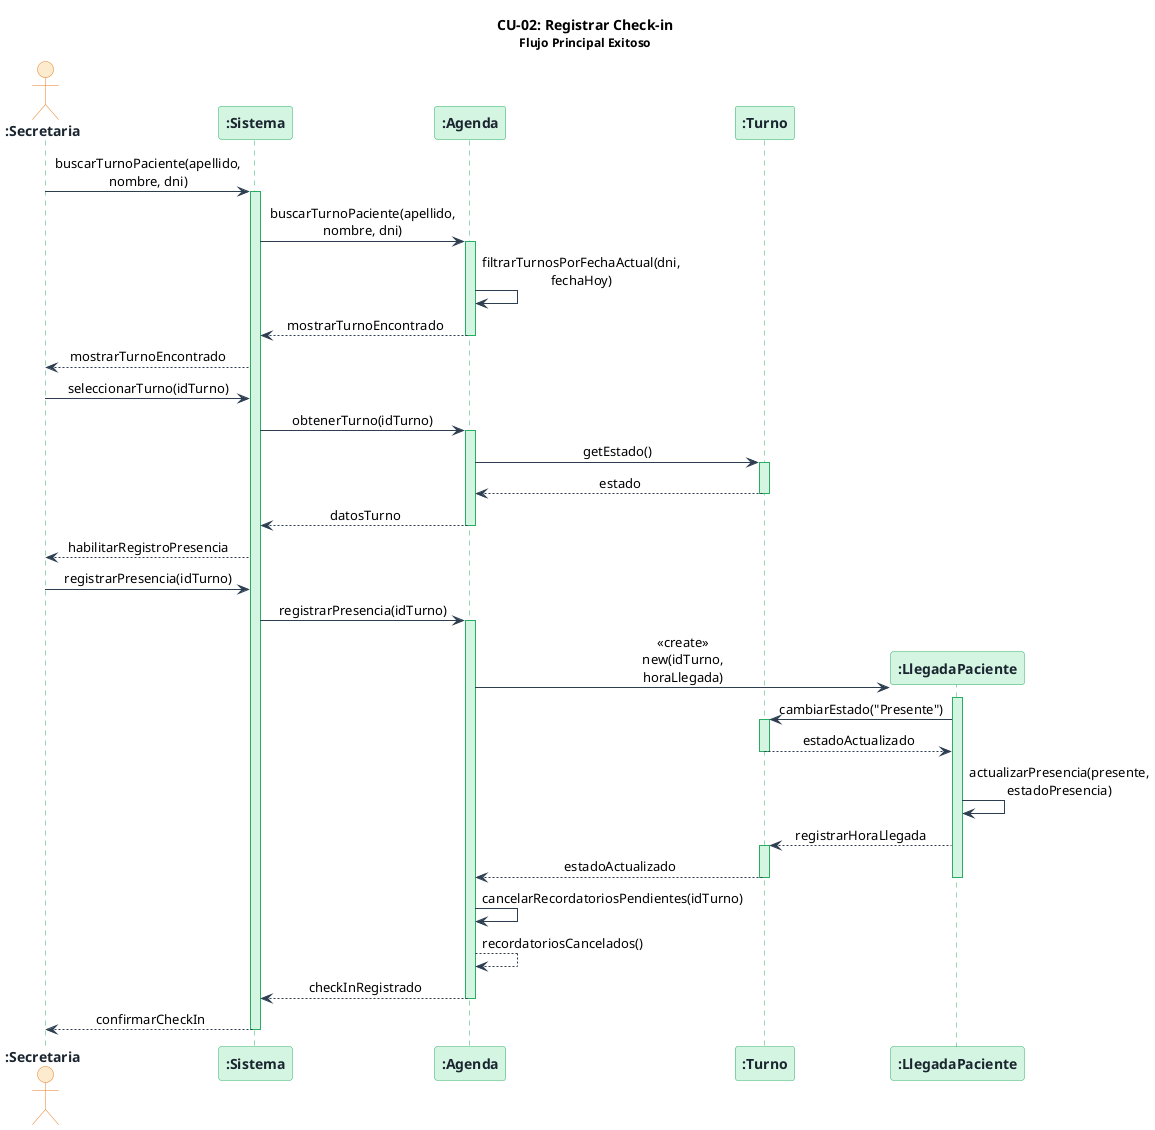
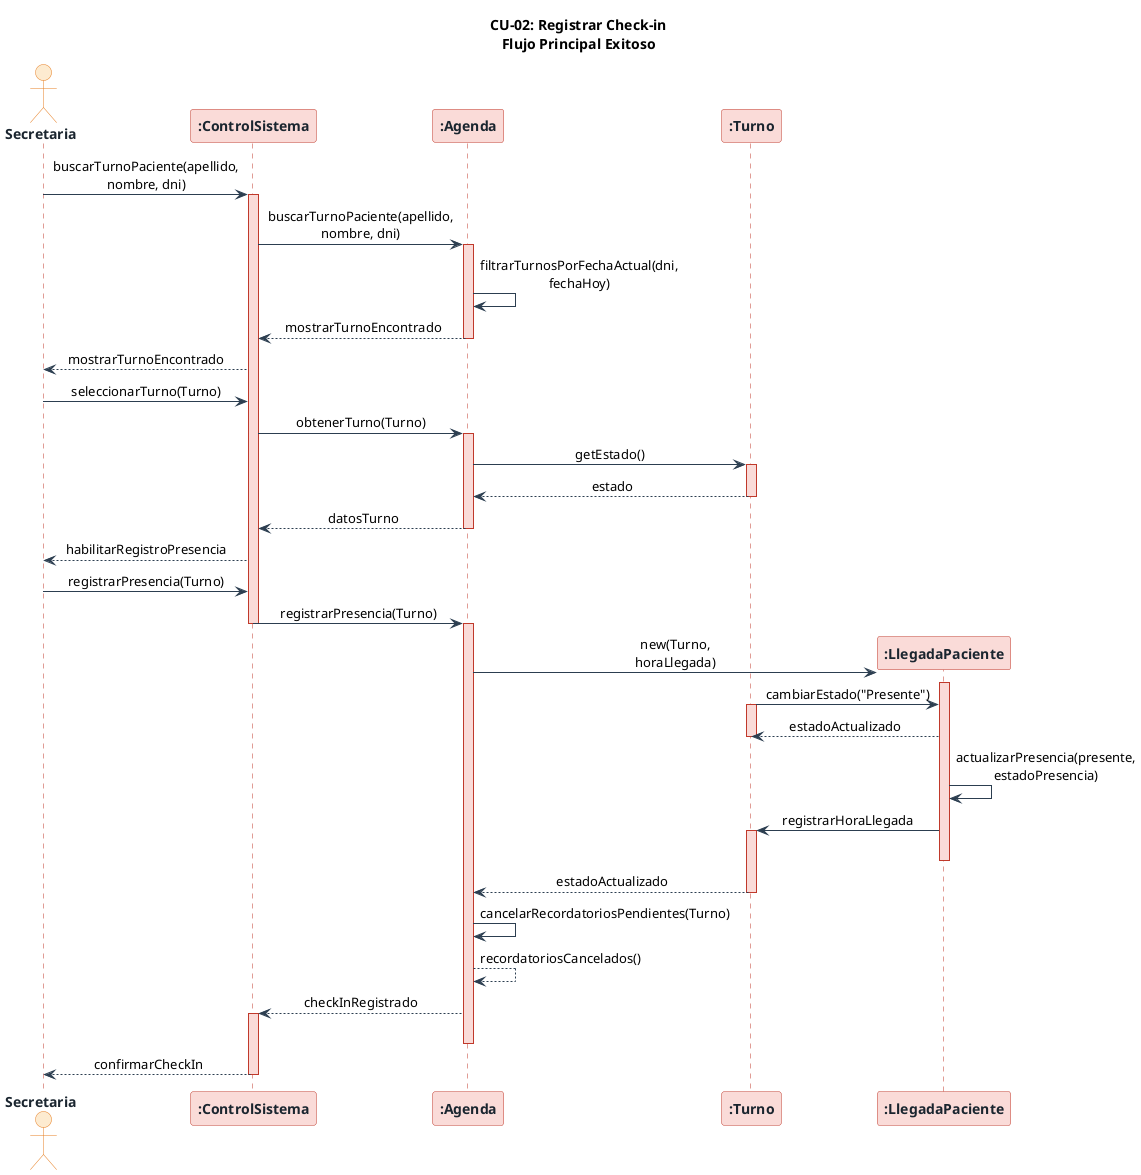
- @startuml 05-cu02-registrar-checkin
+ @startuml

skinparam sequenceMessageAlign center
skinparam responseMessageBelowArrow true
skinparam maxMessageSize 160
skinparam sequence {
    ArrowColor          #2C3E50
-     LifeLineBorderColor #27AE60
-     LifeLineBackgroundColor #D5F5E3
+     LifeLineBorderColor #C0392B
+     LifeLineBackgroundColor #FADBD8
    BoxBackgroundColor  #FDFEFE
    BoxBorderColor      #2C3E50
}
skinparam participant {
-     BackgroundColor #D5F5E3
-     BorderColor     #27AE60
+     BackgroundColor #FADBD8
+     BorderColor     #C0392B
    FontColor       #1A252F
    FontStyle       bold
}
skinparam actor {
    BackgroundColor #FDEBD0
    BorderColor     #E67E22
    FontColor       #1A252F
    FontStyle       bold
}

- title **CU-02: Registrar Check-in**\n<size:12>Flujo Principal Exitoso</size>

- actor    ":Secretaria"          as secretaria
- participant ":Sistema"          as sistema
- participant ":Agenda"           as agenda
- participant ":Turno"            as turno
- participant ":LlegadaPaciente"  as llegadaPaciente
+ title CU-02: Registrar Check-in\nFlujo Principal Exitoso

- ' ── 1. Búsqueda del turno del paciente ─────────────────────────────────────
- secretaria  ->  sistema         : buscarTurnoPaciente(apellido, nombre, dni)
- activate sistema
- sistema     ->  agenda          : buscarTurnoPaciente(apellido, nombre, dni)
- activate agenda
- agenda      ->  agenda          : filtrarTurnosPorFechaActual(dni, fechaHoy)
- agenda      -->  sistema        : mostrarTurnoEncontrado
- deactivate agenda
- sistema     -->  secretaria     : mostrarTurnoEncontrado
+ actor Secretaria

- ' ── 2. Selección y verificación del turno ──────────────────────────────────
- secretaria  ->  sistema         : seleccionarTurno(idTurno)
- sistema     ->  agenda          : obtenerTurno(idTurno)
- activate agenda
- agenda      ->  turno           : getEstado()
- activate turno
- turno       -->  agenda         : estado
- deactivate turno
- agenda      -->  sistema        : datosTurno
- deactivate agenda
- sistema     -->  secretaria     : habilitarRegistroPresencia
+ participant ":ControlSistema" as ControlSistema
+ participant ":Agenda" as Agenda
+ participant ":Turno" as Turno
+ participant ":LlegadaPaciente" as LlegadaPaciente

- ' ── 3. Registro de presencia y creación de LlegadaPaciente ─────────────────
- secretaria  ->  sistema         : registrarPresencia(idTurno)
- sistema     ->  agenda          : registrarPresencia(idTurno)
- activate agenda
+ Secretaria -> ControlSistema : buscarTurnoPaciente(apellido,\nnombre, dni)
+ activate ControlSistema
+ ControlSistema -> Agenda : buscarTurnoPaciente(apellido,\nnombre, dni)

- create llegadaPaciente
- agenda      ->  llegadaPaciente : <<create>>\nnew(idTurno, horaLlegada)
- activate llegadaPaciente
+ activate Agenda
+ Agenda -> Agenda : filtrarTurnosPorFechaActual(dni,\nfechaHoy)
+ Agenda --> ControlSistema : mostrarTurnoEncontrado
+ deactivate Agenda

- llegadaPaciente ->  turno       : cambiarEstado("Presente")
- activate turno
- turno       -->  llegadaPaciente : estadoActualizado
- deactivate turno
+ ControlSistema --> Secretaria : mostrarTurnoEncontrado

- llegadaPaciente ->  llegadaPaciente : actualizarPresencia(presente, estadoPresencia)
- llegadaPaciente -->  turno      : registrarHoraLlegada
- activate turno
- turno --> agenda : estadoActualizado
- deactivate llegadaPaciente
- deactivate turno
+ Secretaria -> ControlSistema : seleccionarTurno(Turno)

- ' ── 5. Cancelación de recordatorios pendientes ─────────────────────────────
- agenda      ->  agenda          : cancelarRecordatoriosPendientes(idTurno)
- agenda      -->  agenda         : recordatoriosCancelados()
+ ControlSistema -> Agenda : obtenerTurno(Turno)

- agenda      -->  sistema        : checkInRegistrado
- deactivate agenda
+ activate Agenda
+ Agenda -> Turno : getEstado()
+ activate Turno
+ Turno --> Agenda : estado
+ deactivate Turno
+ Agenda --> ControlSistema : datosTurno
+ deactivate Agenda

- ' ── 6. Confirmación a la secretaria ────────────────────────────────────────
- sistema     -->  secretaria     : confirmarCheckIn
- deactivate sistema
+ ControlSistema --> Secretaria : habilitarRegistroPresencia

- @enduml
+ Secretaria -> ControlSistema : registrarPresencia(Turno)
+ 
+ ControlSistema -> Agenda : registrarPresencia(Turno)
+ deactivate ControlSistema
+ activate Agenda
+ 
+ create LlegadaPaciente
+ Agenda -> LlegadaPaciente : new(Turno,\nhoraLlegada)
+ 
+ activate LlegadaPaciente
+ 
+ Turno -> LlegadaPaciente : cambiarEstado("Presente")
+ activate Turno
+ LlegadaPaciente --> Turno : estadoActualizado
+ deactivate Turno
+ LlegadaPaciente -> LlegadaPaciente : actualizarPresencia(presente,\nestadoPresencia)
+ LlegadaPaciente -> Turno : registrarHoraLlegada
+ activate Turno
+ deactivate LlegadaPaciente
+ Turno --> Agenda : estadoActualizado
+ deactivate Turno
+ Agenda -> Agenda : cancelarRecordatoriosPendientes(Turno)
+ Agenda --> Agenda : recordatoriosCancelados()
+ 
+ Agenda --> ControlSistema : checkInRegistrado
+ activate ControlSistema
+ 
+ deactivate Agenda
+ ControlSistema --> Secretaria : confirmarCheckIn
+ deactivate ControlSistema
+ 
+ @enduml